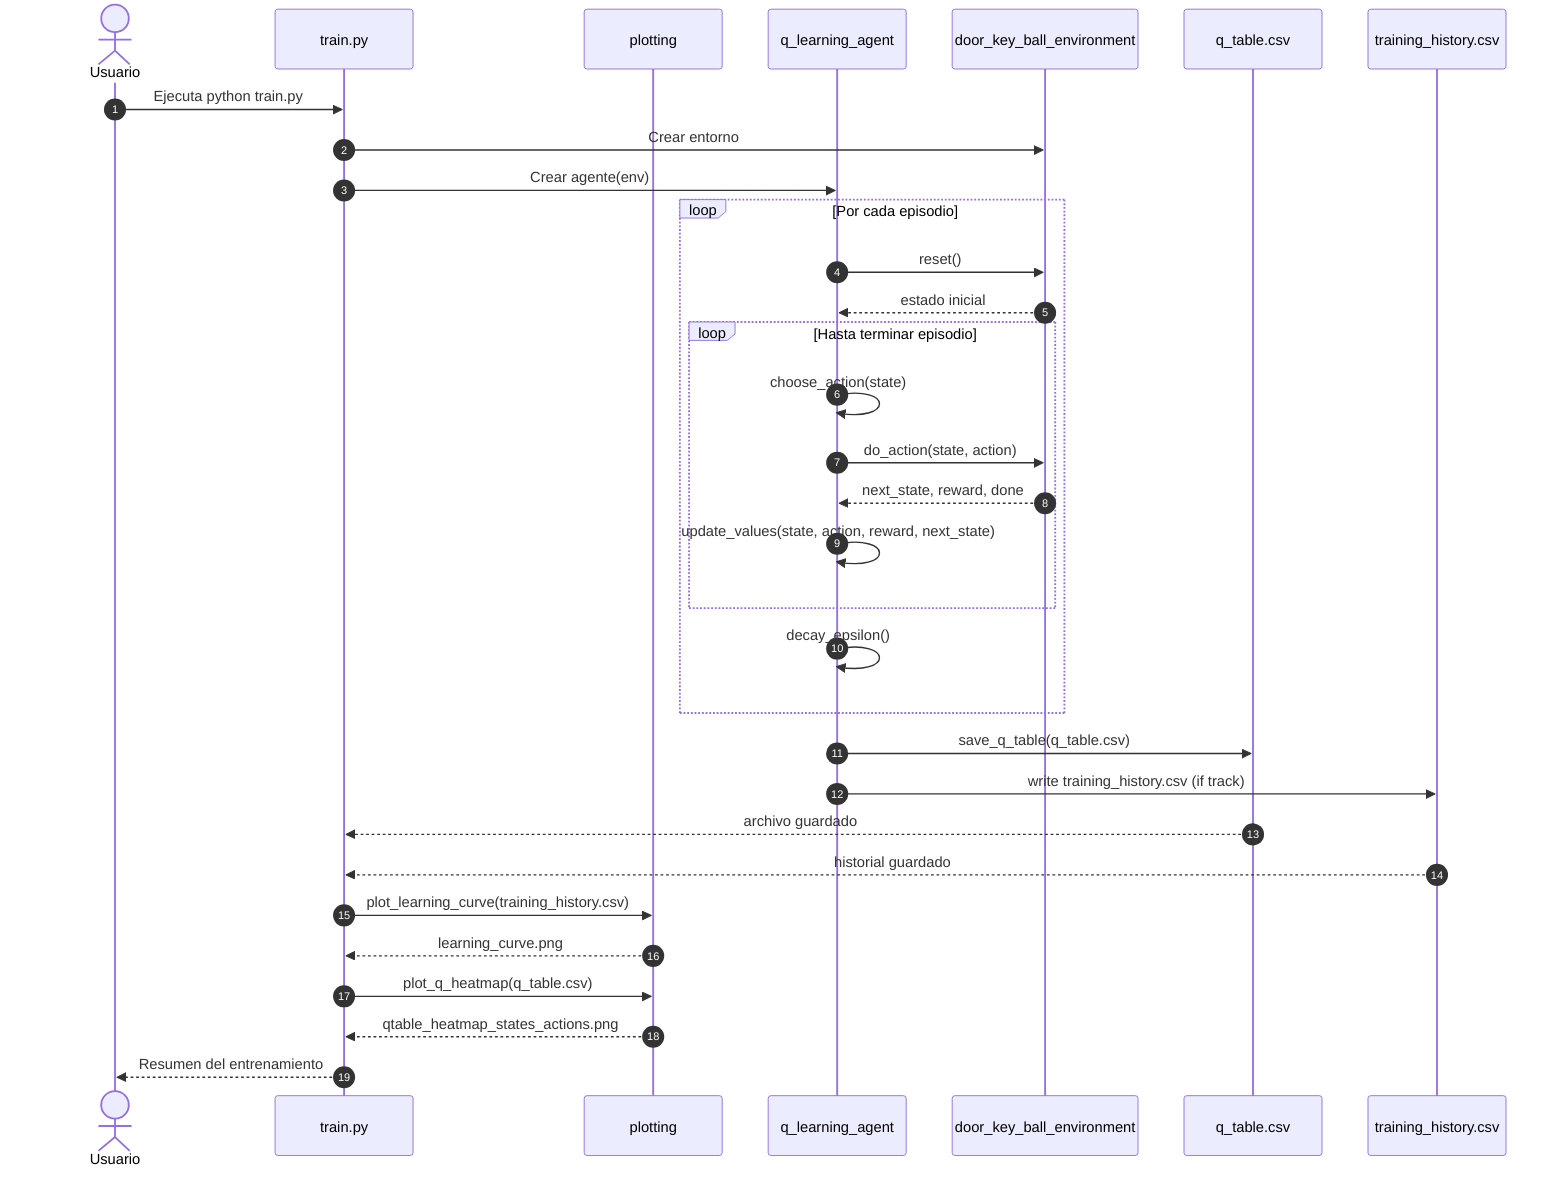
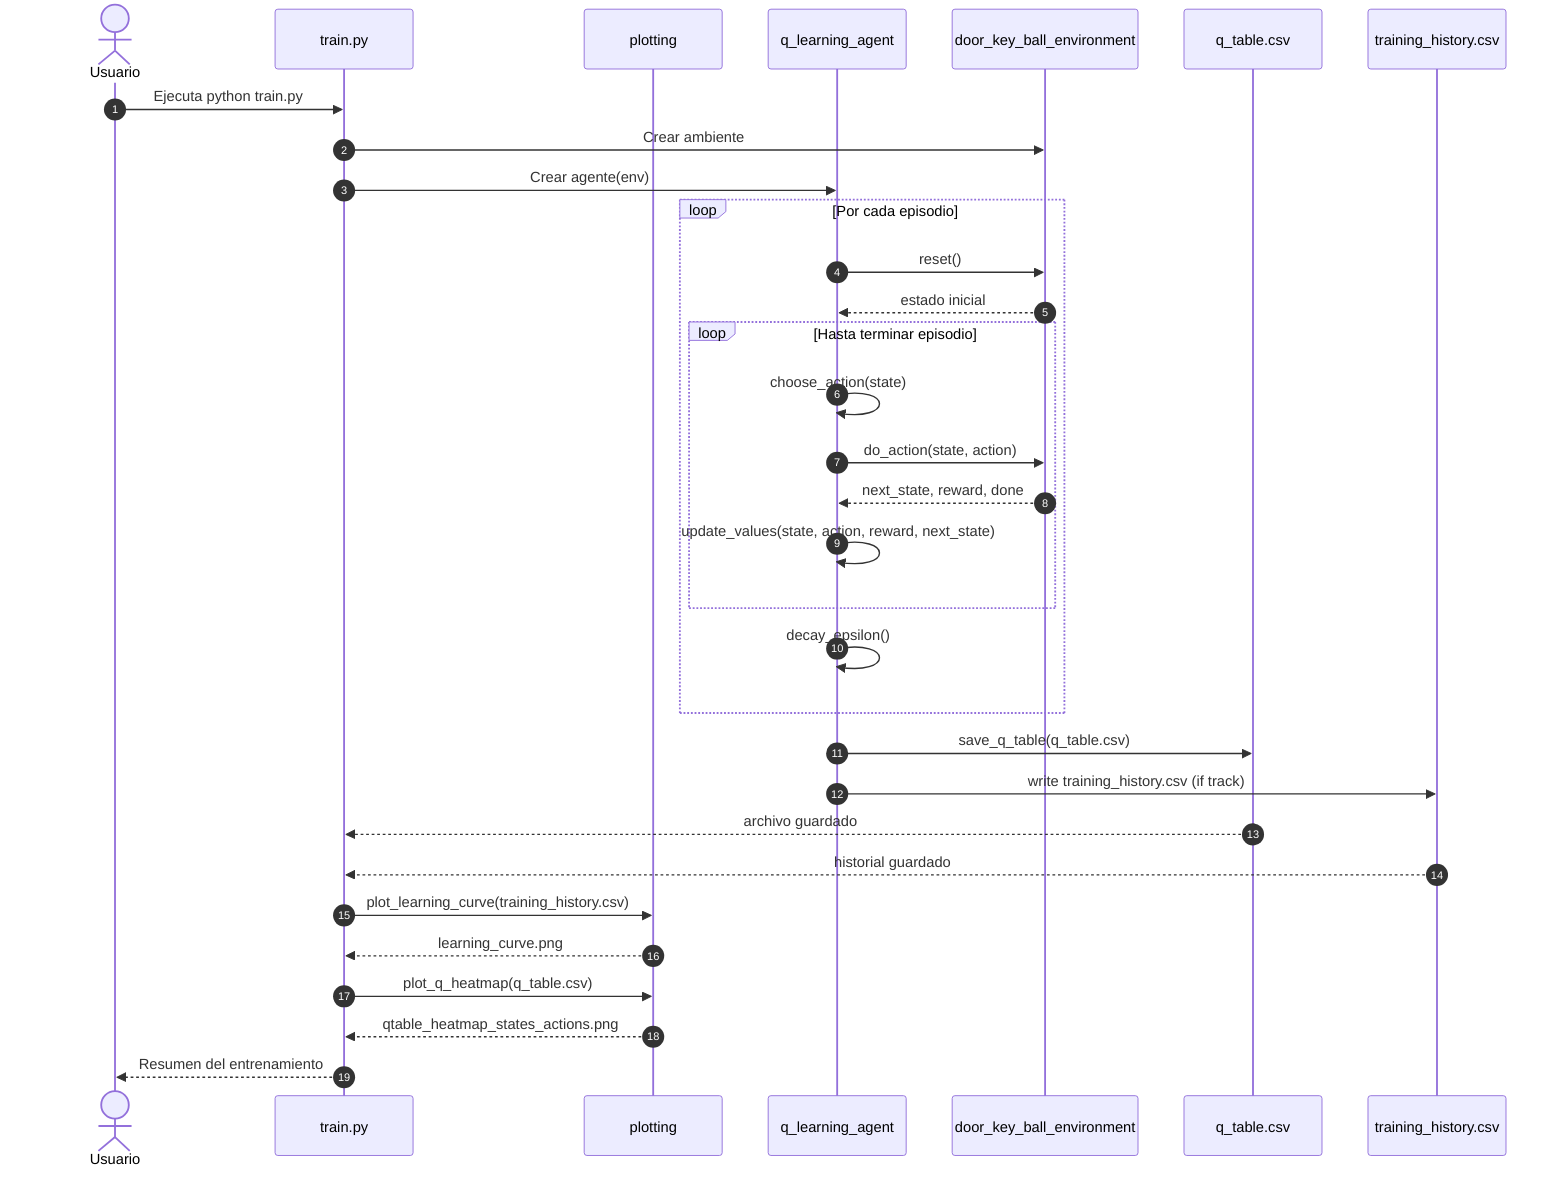
sequenceDiagram
    autonumber
    actor Usuario
    participant train as train.py
    participant plot as plotting
    participant agent as q_learning_agent
    participant env as door_key_ball_environment
    participant fs as q_table.csv
    participant history as training_history.csv

    Usuario->>train: Ejecuta python train.py
-     train->>env: Crear entorno
+     train->>env: Crear ambiente
    train->>agent: Crear agente(env)
    loop Por cada episodio
        agent->>env: reset()
        env-->>agent: estado inicial
        loop Hasta terminar episodio
            agent->>agent: choose_action(state)
            agent->>env: do_action(state, action)
            env-->>agent: next_state, reward, done
            agent->>agent: update_values(state, action, reward, next_state)
        end
        agent->>agent: decay_epsilon()
    end
    agent->>fs: save_q_table(q_table.csv)
    agent->>history: write training_history.csv (if track)
    fs-->>train: archivo guardado
    history-->>train: historial guardado
    train->>plot: plot_learning_curve(training_history.csv)
    plot-->>train: learning_curve.png
    train->>plot: plot_q_heatmap(q_table.csv)
    plot-->>train: qtable_heatmap_states_actions.png
    train-->>Usuario: Resumen del entrenamiento
